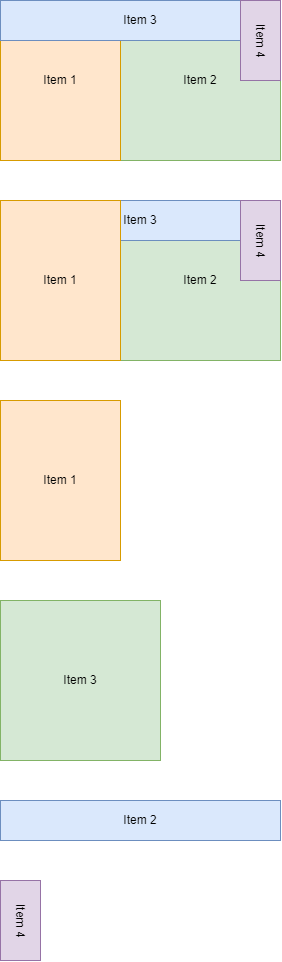
The draw.io diagram 010 Grid/stacking-items.png in miayam/learn-css, before a commit. Source tidied: cells renumbered, new cells last; positions are measured from the earlier drawing's top-left corner, leaving out a move shared by most shapes. The source it was exported from:
```xml
<mxGraphModel>
  <root>
    <mxCell id="0" />
    <mxCell id="1" parent="0" />
    <mxCell id="2" value="Item 2" style="whiteSpace=wrap;html=1;fillColor=#d5e8d4;strokeColor=#82b366;" parent="1" vertex="1">
      <mxGeometry x="130" y="200" width="160" height="160" as="geometry" />
    </mxCell>
    <mxCell id="3" value="Item 3" style="rounded=0;whiteSpace=wrap;html=1;fillColor=#dae8fc;strokeColor=#6c8ebf;" parent="1" vertex="1">
      <mxGeometry x="10" y="200" width="280" height="40" as="geometry" />
    </mxCell>
    <mxCell id="4" style="rounded=0;whiteSpace=wrap;html=1;fillColor=#e1d5e7;strokeColor=#9673a6;" parent="1" vertex="1">
      <mxGeometry x="10" y="880" width="40" height="80" as="geometry" />
    </mxCell>
    <mxCell id="5" value="Item 2" style="whiteSpace=wrap;html=1;fillColor=#d5e8d4;strokeColor=#82b366;" parent="1" vertex="1">
      <mxGeometry x="130" width="160" height="160" as="geometry" />
    </mxCell>
    <mxCell id="6" value="Item 1" style="rounded=0;whiteSpace=wrap;html=1;fillColor=#ffe6cc;strokeColor=#d79b00;" parent="1" vertex="1">
      <mxGeometry x="10" width="120" height="160" as="geometry" />
    </mxCell>
    <mxCell id="7" value="Item 3" style="rounded=0;whiteSpace=wrap;html=1;fillColor=#dae8fc;strokeColor=#6c8ebf;" parent="1" vertex="1">
      <mxGeometry x="10" width="280" height="40" as="geometry" />
    </mxCell>
    <mxCell id="8" style="rounded=0;whiteSpace=wrap;html=1;fillColor=#e1d5e7;strokeColor=#9673a6;" parent="1" vertex="1">
      <mxGeometry x="250" width="40" height="80" as="geometry" />
    </mxCell>
    <mxCell id="9" value="Item 4" style="text;html=1;align=center;verticalAlign=middle;strokeColor=none;fillColor=none;rotation=90;" parent="1" vertex="1">
      <mxGeometry x="240" y="25" width="60" height="30" as="geometry" />
    </mxCell>
    <mxCell id="10" value="Item 1" style="rounded=0;whiteSpace=wrap;html=1;fillColor=#ffe6cc;strokeColor=#d79b00;" parent="1" vertex="1">
      <mxGeometry x="10" y="200" width="120" height="160" as="geometry" />
    </mxCell>
    <mxCell id="11" value="Item 2" style="rounded=0;whiteSpace=wrap;html=1;fillColor=#dae8fc;strokeColor=#6c8ebf;" parent="1" vertex="1">
      <mxGeometry x="10" y="800" width="280" height="40" as="geometry" />
    </mxCell>
    <mxCell id="12" value="Item 4" style="text;html=1;align=center;verticalAlign=middle;strokeColor=none;fillColor=none;rotation=90;" parent="1" vertex="1">
      <mxGeometry y="905" width="60" height="30" as="geometry" />
    </mxCell>
    <mxCell id="13" value="Item 1" style="rounded=0;whiteSpace=wrap;html=1;fillColor=#ffe6cc;strokeColor=#d79b00;" parent="1" vertex="1">
      <mxGeometry x="10" y="400" width="120" height="160" as="geometry" />
    </mxCell>
    <mxCell id="14" value="Item 3" style="whiteSpace=wrap;html=1;fillColor=#d5e8d4;strokeColor=#82b366;" parent="1" vertex="1">
      <mxGeometry x="10" y="600" width="160" height="160" as="geometry" />
    </mxCell>
    <mxCell id="15" style="rounded=0;whiteSpace=wrap;html=1;fillColor=#e1d5e7;strokeColor=#9673a6;" parent="1" vertex="1">
      <mxGeometry x="250" y="200" width="40" height="80" as="geometry" />
    </mxCell>
    <mxCell id="16" value="Item 4" style="text;html=1;align=center;verticalAlign=middle;strokeColor=none;fillColor=none;rotation=90;" parent="1" vertex="1">
      <mxGeometry x="240" y="225" width="60" height="30" as="geometry" />
    </mxCell>
  </root>
</mxGraphModel>
```
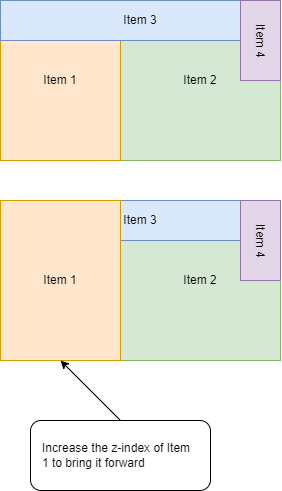
After the commit.

Commit message:
fix: Change illustration about stacking items

The edit, as a diff of the source:
```diff
@@ -2,15 +2,15 @@
   <root>
     <mxCell id="0" />
     <mxCell id="1" parent="0" />
+    <mxCell id="17" style="rounded=1;whiteSpace=wrap;html=1;" parent="1" vertex="1">
+      <mxGeometry x="40" y="420" width="180" height="70" as="geometry" />
+    </mxCell>
     <mxCell id="2" value="Item 2" style="whiteSpace=wrap;html=1;fillColor=#d5e8d4;strokeColor=#82b366;" parent="1" vertex="1">
       <mxGeometry x="130" y="200" width="160" height="160" as="geometry" />
     </mxCell>
     <mxCell id="3" value="Item 3" style="rounded=0;whiteSpace=wrap;html=1;fillColor=#dae8fc;strokeColor=#6c8ebf;" parent="1" vertex="1">
       <mxGeometry x="10" y="200" width="280" height="40" as="geometry" />
     </mxCell>
-    <mxCell id="4" style="rounded=0;whiteSpace=wrap;html=1;fillColor=#e1d5e7;strokeColor=#9673a6;" parent="1" vertex="1">
-      <mxGeometry x="10" y="880" width="40" height="80" as="geometry" />
-    </mxCell>
     <mxCell id="5" value="Item 2" style="whiteSpace=wrap;html=1;fillColor=#d5e8d4;strokeColor=#82b366;" parent="1" vertex="1">
       <mxGeometry x="130" width="160" height="160" as="geometry" />
     </mxCell>
@@ -29,23 +29,17 @@
     <mxCell id="10" value="Item 1" style="rounded=0;whiteSpace=wrap;html=1;fillColor=#ffe6cc;strokeColor=#d79b00;" parent="1" vertex="1">
       <mxGeometry x="10" y="200" width="120" height="160" as="geometry" />
     </mxCell>
-    <mxCell id="11" value="Item 2" style="rounded=0;whiteSpace=wrap;html=1;fillColor=#dae8fc;strokeColor=#6c8ebf;" parent="1" vertex="1">
-      <mxGeometry x="10" y="800" width="280" height="40" as="geometry" />
-    </mxCell>
-    <mxCell id="12" value="Item 4" style="text;html=1;align=center;verticalAlign=middle;strokeColor=none;fillColor=none;rotation=90;" parent="1" vertex="1">
-      <mxGeometry y="905" width="60" height="30" as="geometry" />
-    </mxCell>
-    <mxCell id="13" value="Item 1" style="rounded=0;whiteSpace=wrap;html=1;fillColor=#ffe6cc;strokeColor=#d79b00;" parent="1" vertex="1">
-      <mxGeometry x="10" y="400" width="120" height="160" as="geometry" />
-    </mxCell>
-    <mxCell id="14" value="Item 3" style="whiteSpace=wrap;html=1;fillColor=#d5e8d4;strokeColor=#82b366;" parent="1" vertex="1">
-      <mxGeometry x="10" y="600" width="160" height="160" as="geometry" />
-    </mxCell>
     <mxCell id="15" style="rounded=0;whiteSpace=wrap;html=1;fillColor=#e1d5e7;strokeColor=#9673a6;" parent="1" vertex="1">
       <mxGeometry x="250" y="200" width="40" height="80" as="geometry" />
     </mxCell>
     <mxCell id="16" value="Item 4" style="text;html=1;align=center;verticalAlign=middle;strokeColor=none;fillColor=none;rotation=90;" parent="1" vertex="1">
       <mxGeometry x="240" y="225" width="60" height="30" as="geometry" />
     </mxCell>
+    <mxCell id="18" value="Increase the z-index of Item 1 to bring it forward&amp;nbsp;" style="text;html=1;strokeColor=none;fillColor=none;align=left;verticalAlign=middle;whiteSpace=wrap;rounded=0;" parent="1" vertex="1">
+      <mxGeometry x="50" y="425" width="160" height="60" as="geometry" />
+    </mxCell>
+    <mxCell id="19" style="endArrow=classic;html=1;rounded=0;entryX=0.5;entryY=1;entryDx=0;entryDy=0;exitX=0.5;exitY=0;exitDx=0;exitDy=0;" parent="1" edge="1" source="17" target="10">
+      <mxGeometry relative="1" as="geometry" />
+    </mxCell>
   </root>
 </mxGraphModel>
```
